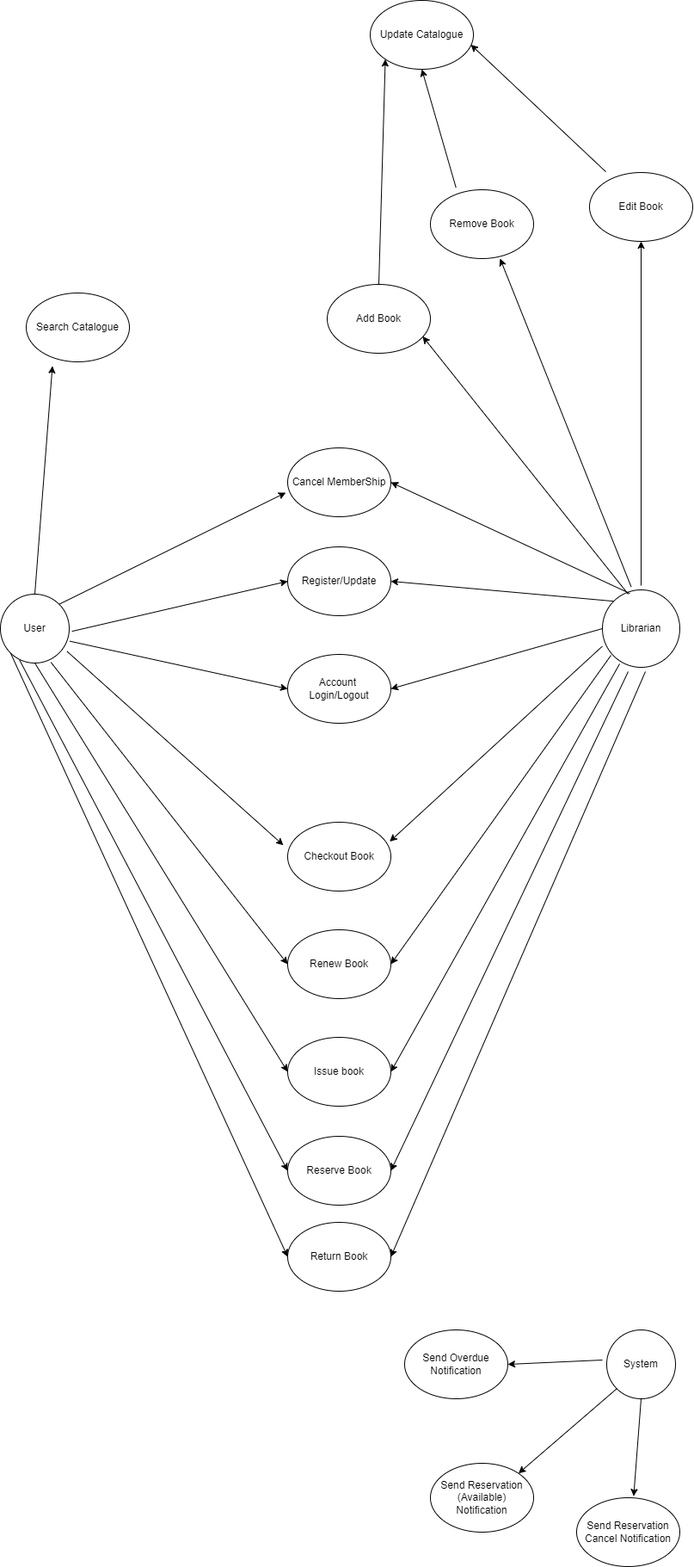
This is Documentations/Entity Relationship diagram.png from Library-Management-System-LMS/Library-Management-System-LMS-, a draw.io export, as it was before one commit. Source tidied: cells renumbered, new cells last; positions are measured from the earlier drawing's top-left corner, leaving out a move shared by most shapes.
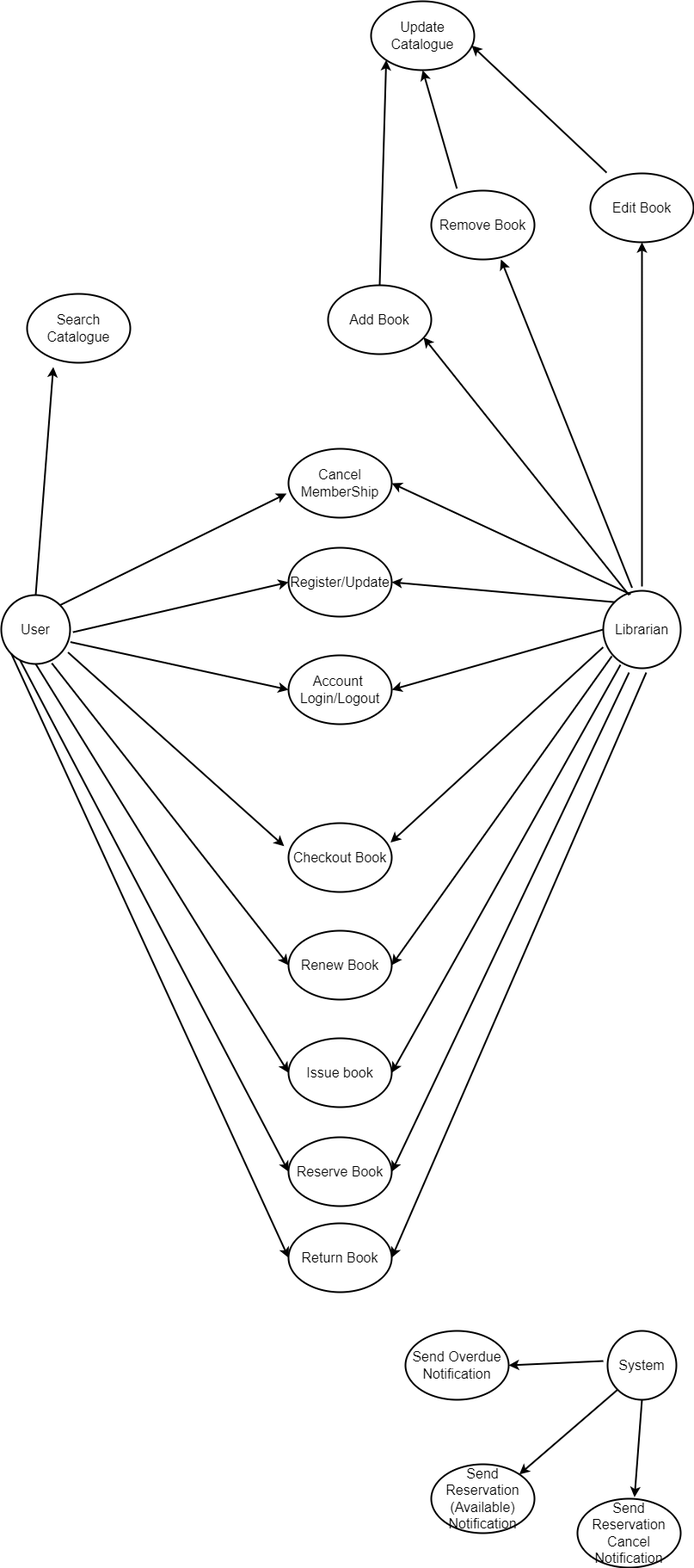
After the change.

Commit message:
Activity diagram

The edit, as a diff of the source:
```diff
@@ -2,162 +2,162 @@
   <root>
     <mxCell id="0" />
     <mxCell id="1" parent="0" />
-    <mxCell id="2" style="ellipse;whiteSpace=wrap;html=1;" parent="1" vertex="1">
+    <mxCell id="2" style="ellipse;whiteSpace=wrap;html=1;strokeWidth=2;" parent="1" vertex="1">
       <mxGeometry y="690" width="80" height="80" as="geometry" />
     </mxCell>
-    <mxCell id="3" style="ellipse;whiteSpace=wrap;html=1;" parent="1" vertex="1">
+    <mxCell id="3" style="ellipse;whiteSpace=wrap;html=1;strokeWidth=2;" parent="1" vertex="1">
       <mxGeometry x="700" y="685" width="90" height="90" as="geometry" />
     </mxCell>
-    <mxCell id="4" style="ellipse;whiteSpace=wrap;html=1;" parent="1" vertex="1">
+    <mxCell id="4" style="ellipse;whiteSpace=wrap;html=1;strokeWidth=2;" parent="1" vertex="1">
       <mxGeometry x="705" y="1545" width="80" height="80" as="geometry" />
     </mxCell>
-    <mxCell id="5" value="User" style="text;strokeColor=none;align=center;fillColor=none;html=1;verticalAlign=middle;whiteSpace=wrap;rounded=0;" parent="1" vertex="1">
+    <mxCell id="5" value="User" style="text;strokeColor=none;align=center;fillColor=none;html=1;verticalAlign=middle;whiteSpace=wrap;rounded=0;fontSize=16;strokeWidth=2;" parent="1" vertex="1">
       <mxGeometry x="10" y="720" width="60" height="20" as="geometry" />
     </mxCell>
-    <mxCell id="6" value="System" style="text;strokeColor=none;align=center;fillColor=none;html=1;verticalAlign=middle;whiteSpace=wrap;rounded=0;" parent="1" vertex="1">
+    <mxCell id="6" value="System" style="text;strokeColor=none;align=center;fillColor=none;html=1;verticalAlign=middle;whiteSpace=wrap;rounded=0;fontSize=16;strokeWidth=2;" parent="1" vertex="1">
       <mxGeometry x="715" y="1570" width="60" height="30" as="geometry" />
     </mxCell>
-    <mxCell id="7" value="Librarian" style="text;strokeColor=none;align=center;fillColor=none;html=1;verticalAlign=middle;whiteSpace=wrap;rounded=0;" parent="1" vertex="1">
+    <mxCell id="7" value="Librarian" style="text;strokeColor=none;align=center;fillColor=none;html=1;verticalAlign=middle;whiteSpace=wrap;rounded=0;fontSize=16;strokeWidth=2;" parent="1" vertex="1">
       <mxGeometry x="715" y="715" width="60" height="30" as="geometry" />
     </mxCell>
-    <mxCell id="8" value="Cancel MemberShip" style="ellipse;whiteSpace=wrap;html=1;fontSize=12;" parent="1" vertex="1">
+    <mxCell id="8" value="Cancel MemberShip" style="ellipse;whiteSpace=wrap;html=1;fontSize=16;strokeWidth=2;" parent="1" vertex="1">
       <mxGeometry x="334" y="520" width="120" height="80" as="geometry" />
     </mxCell>
-    <mxCell id="9" value="Register/Update" style="ellipse;whiteSpace=wrap;html=1;fontSize=12;" parent="1" vertex="1">
+    <mxCell id="9" value="Register/Update" style="ellipse;whiteSpace=wrap;html=1;fontSize=16;strokeWidth=2;" parent="1" vertex="1">
       <mxGeometry x="334" y="635" width="120" height="80" as="geometry" />
     </mxCell>
-    <mxCell id="10" value="Account&amp;nbsp;&lt;div&gt;Login/Logout&lt;/div&gt;" style="ellipse;whiteSpace=wrap;html=1;" parent="1" vertex="1">
+    <mxCell id="10" value="Account&amp;nbsp;&lt;div style=&quot;font-size: 16px;&quot;&gt;Login/Logout&lt;/div&gt;" style="ellipse;whiteSpace=wrap;html=1;fontSize=16;strokeWidth=2;" parent="1" vertex="1">
       <mxGeometry x="334" y="760" width="120" height="80" as="geometry" />
     </mxCell>
-    <mxCell id="11" value="Renew Book" style="ellipse;whiteSpace=wrap;html=1;" parent="1" vertex="1">
+    <mxCell id="11" value="Renew Book" style="ellipse;whiteSpace=wrap;html=1;fontSize=16;strokeWidth=2;" parent="1" vertex="1">
       <mxGeometry x="334" y="1080" width="120" height="80" as="geometry" />
     </mxCell>
-    <mxCell id="12" value="Issue book" style="ellipse;whiteSpace=wrap;html=1;" parent="1" vertex="1">
+    <mxCell id="12" value="Issue book" style="ellipse;whiteSpace=wrap;html=1;fontSize=16;strokeWidth=2;" parent="1" vertex="1">
       <mxGeometry x="334" y="1205" width="120" height="80" as="geometry" />
     </mxCell>
-    <mxCell id="13" value="Checkout Book" style="ellipse;whiteSpace=wrap;html=1;" parent="1" vertex="1">
+    <mxCell id="13" value="Checkout Book" style="ellipse;whiteSpace=wrap;html=1;fontSize=16;strokeWidth=2;" parent="1" vertex="1">
       <mxGeometry x="334" y="955" width="120" height="80" as="geometry" />
     </mxCell>
-    <mxCell id="14" value="Return Book" style="ellipse;whiteSpace=wrap;html=1;" parent="1" vertex="1">
+    <mxCell id="14" value="Return Book" style="ellipse;whiteSpace=wrap;html=1;fontSize=16;strokeWidth=2;" parent="1" vertex="1">
       <mxGeometry x="334" y="1420" width="120" height="80" as="geometry" />
     </mxCell>
-    <mxCell id="15" value="Search Catalogue" style="ellipse;whiteSpace=wrap;html=1;" parent="1" vertex="1">
+    <mxCell id="15" value="Search Catalogue" style="ellipse;whiteSpace=wrap;html=1;fontSize=16;strokeWidth=2;" parent="1" vertex="1">
       <mxGeometry x="30" y="340" width="120" height="80" as="geometry" />
     </mxCell>
-    <mxCell id="16" value="Reserve Book" style="ellipse;whiteSpace=wrap;html=1;" parent="1" vertex="1">
+    <mxCell id="16" value="Reserve Book" style="ellipse;whiteSpace=wrap;html=1;fontSize=16;strokeWidth=2;" parent="1" vertex="1">
       <mxGeometry x="334" y="1320" width="120" height="80" as="geometry" />
     </mxCell>
-    <mxCell id="17" style="endArrow=classic;html=1;rounded=0;exitX=1.221;exitY=0.657;exitDx=0;exitDy=0;exitPerimeter=0;entryX=0;entryY=0.5;entryDx=0;entryDy=0;" parent="1" edge="1" source="5" target="9">
+    <mxCell id="17" style="endArrow=classic;html=1;rounded=0;exitX=1.221;exitY=0.657;exitDx=0;exitDy=0;exitPerimeter=0;entryX=0;entryY=0.5;entryDx=0;entryDy=0;strokeWidth=2;" parent="1" edge="1" source="5" target="9">
       <mxGeometry relative="1" as="geometry" />
     </mxCell>
-    <mxCell id="18" style="endArrow=classic;html=1;rounded=0;exitX=1.174;exitY=1.229;exitDx=0;exitDy=0;exitPerimeter=0;entryX=0;entryY=0.5;entryDx=0;entryDy=0;" parent="1" edge="1" source="5" target="10">
+    <mxCell id="18" style="endArrow=classic;html=1;rounded=0;exitX=1.174;exitY=1.229;exitDx=0;exitDy=0;exitPerimeter=0;entryX=0;entryY=0.5;entryDx=0;entryDy=0;strokeWidth=2;" parent="1" edge="1" source="5" target="10">
       <mxGeometry relative="1" as="geometry" />
     </mxCell>
-    <mxCell id="19" style="endArrow=classic;html=1;rounded=0;exitX=0.5;exitY=0;exitDx=0;exitDy=0;entryX=0.254;entryY=1.061;entryDx=0;entryDy=0;entryPerimeter=0;" parent="1" edge="1" source="2" target="15">
+    <mxCell id="19" style="endArrow=classic;html=1;rounded=0;exitX=0.5;exitY=0;exitDx=0;exitDy=0;entryX=0.254;entryY=1.061;entryDx=0;entryDy=0;entryPerimeter=0;strokeWidth=2;" parent="1" edge="1" source="2" target="15">
       <mxGeometry relative="1" as="geometry" />
     </mxCell>
-    <mxCell id="20" style="endArrow=classic;html=1;rounded=0;exitX=1;exitY=0;exitDx=0;exitDy=0;entryX=-0.018;entryY=0.65;entryDx=0;entryDy=0;entryPerimeter=0;" parent="1" edge="1" source="2" target="8">
+    <mxCell id="20" style="endArrow=classic;html=1;rounded=0;exitX=1;exitY=0;exitDx=0;exitDy=0;entryX=-0.018;entryY=0.65;entryDx=0;entryDy=0;entryPerimeter=0;strokeWidth=2;" parent="1" edge="1" source="2" target="8">
       <mxGeometry relative="1" as="geometry" />
     </mxCell>
-    <mxCell id="21" style="endArrow=classic;html=1;rounded=0;exitX=0;exitY=0.5;exitDx=0;exitDy=0;entryX=1;entryY=0.5;entryDx=0;entryDy=0;" parent="1" edge="1" source="3" target="10">
+    <mxCell id="21" style="endArrow=classic;html=1;rounded=0;exitX=0;exitY=0.5;exitDx=0;exitDy=0;entryX=1;entryY=0.5;entryDx=0;entryDy=0;strokeWidth=2;" parent="1" edge="1" source="3" target="10">
       <mxGeometry relative="1" as="geometry" />
     </mxCell>
-    <mxCell id="22" style="endArrow=classic;html=1;rounded=0;exitX=0;exitY=0;exitDx=0;exitDy=0;entryX=1;entryY=0.5;entryDx=0;entryDy=0;" parent="1" edge="1" source="3" target="9">
+    <mxCell id="22" style="endArrow=classic;html=1;rounded=0;exitX=0;exitY=0;exitDx=0;exitDy=0;entryX=1;entryY=0.5;entryDx=0;entryDy=0;strokeWidth=2;" parent="1" edge="1" source="3" target="9">
       <mxGeometry relative="1" as="geometry" />
     </mxCell>
-    <mxCell id="23" style="endArrow=classic;html=1;rounded=0;exitX=0.354;exitY=0.046;exitDx=0;exitDy=0;exitPerimeter=0;entryX=1;entryY=0.5;entryDx=0;entryDy=0;" parent="1" edge="1" source="3" target="8">
+    <mxCell id="23" style="endArrow=classic;html=1;rounded=0;exitX=0.354;exitY=0.046;exitDx=0;exitDy=0;exitPerimeter=0;entryX=1;entryY=0.5;entryDx=0;entryDy=0;strokeWidth=2;" parent="1" edge="1" source="3" target="8">
       <mxGeometry relative="1" as="geometry" />
     </mxCell>
-    <mxCell id="24" style="endArrow=classic;html=1;rounded=0;exitX=0.97;exitY=0.832;exitDx=0;exitDy=0;exitPerimeter=0;entryX=-0.042;entryY=0.334;entryDx=0;entryDy=0;entryPerimeter=0;" parent="1" edge="1" source="2" target="13">
+    <mxCell id="24" style="endArrow=classic;html=1;rounded=0;exitX=0.97;exitY=0.832;exitDx=0;exitDy=0;exitPerimeter=0;entryX=-0.042;entryY=0.334;entryDx=0;entryDy=0;entryPerimeter=0;strokeWidth=2;" parent="1" edge="1" source="2" target="13">
       <mxGeometry relative="1" as="geometry" />
     </mxCell>
-    <mxCell id="25" style="endArrow=classic;html=1;rounded=0;exitX=0.734;exitY=0.989;exitDx=0;exitDy=0;exitPerimeter=0;entryX=0;entryY=0.5;entryDx=0;entryDy=0;" parent="1" edge="1" source="2" target="11">
+    <mxCell id="25" style="endArrow=classic;html=1;rounded=0;exitX=0.734;exitY=0.989;exitDx=0;exitDy=0;exitPerimeter=0;entryX=0;entryY=0.5;entryDx=0;entryDy=0;strokeWidth=2;" parent="1" edge="1" source="2" target="11">
       <mxGeometry relative="1" as="geometry" />
     </mxCell>
-    <mxCell id="26" style="endArrow=classic;html=1;rounded=0;exitX=0.5;exitY=1;exitDx=0;exitDy=0;entryX=0;entryY=0.5;entryDx=0;entryDy=0;" parent="1" edge="1" source="2" target="12">
+    <mxCell id="26" style="endArrow=classic;html=1;rounded=0;exitX=0.5;exitY=1;exitDx=0;exitDy=0;entryX=0;entryY=0.5;entryDx=0;entryDy=0;strokeWidth=2;" parent="1" edge="1" source="2" target="12">
       <mxGeometry relative="1" as="geometry" />
     </mxCell>
-    <mxCell id="27" style="endArrow=classic;html=1;rounded=0;exitX=0.277;exitY=0.954;exitDx=0;exitDy=0;exitPerimeter=0;entryX=0;entryY=0.5;entryDx=0;entryDy=0;" parent="1" edge="1" source="2" target="16">
+    <mxCell id="27" style="endArrow=classic;html=1;rounded=0;exitX=0.277;exitY=0.954;exitDx=0;exitDy=0;exitPerimeter=0;entryX=0;entryY=0.5;entryDx=0;entryDy=0;strokeWidth=2;" parent="1" edge="1" source="2" target="16">
       <mxGeometry relative="1" as="geometry" />
     </mxCell>
-    <mxCell id="28" style="endArrow=classic;html=1;rounded=0;exitX=0;exitY=1;exitDx=0;exitDy=0;entryX=0;entryY=0.5;entryDx=0;entryDy=0;" parent="1" edge="1" source="2" target="14">
+    <mxCell id="28" style="endArrow=classic;html=1;rounded=0;exitX=0;exitY=1;exitDx=0;exitDy=0;entryX=0;entryY=0.5;entryDx=0;entryDy=0;strokeWidth=2;" parent="1" edge="1" source="2" target="14">
       <mxGeometry relative="1" as="geometry" />
     </mxCell>
-    <mxCell id="29" style="endArrow=classic;html=1;rounded=0;exitX=-0.001;exitY=0.728;exitDx=0;exitDy=0;exitPerimeter=0;entryX=0.989;entryY=0.281;entryDx=0;entryDy=0;entryPerimeter=0;" parent="1" edge="1" source="3" target="13">
+    <mxCell id="29" style="endArrow=classic;html=1;rounded=0;exitX=-0.001;exitY=0.728;exitDx=0;exitDy=0;exitPerimeter=0;entryX=0.989;entryY=0.281;entryDx=0;entryDy=0;entryPerimeter=0;strokeWidth=2;" parent="1" edge="1" source="3" target="13">
       <mxGeometry relative="1" as="geometry" />
     </mxCell>
-    <mxCell id="30" style="endArrow=classic;html=1;rounded=0;exitX=-0.001;exitY=0.728;exitDx=0;exitDy=0;exitPerimeter=0;entryX=1;entryY=0.5;entryDx=0;entryDy=0;" parent="1" edge="1" target="11">
+    <mxCell id="30" style="endArrow=classic;html=1;rounded=0;exitX=-0.001;exitY=0.728;exitDx=0;exitDy=0;exitPerimeter=0;entryX=1;entryY=0.5;entryDx=0;entryDy=0;strokeWidth=2;" parent="1" edge="1" target="11">
       <mxGeometry relative="1" as="geometry">
         <mxPoint x="710" y="761" as="sourcePoint" />
       </mxGeometry>
     </mxCell>
-    <mxCell id="31" style="endArrow=classic;html=1;rounded=0;exitX=-0.001;exitY=0.728;exitDx=0;exitDy=0;exitPerimeter=0;entryX=1;entryY=0.5;entryDx=0;entryDy=0;" parent="1" edge="1" target="12">
+    <mxCell id="31" style="endArrow=classic;html=1;rounded=0;exitX=-0.001;exitY=0.728;exitDx=0;exitDy=0;exitPerimeter=0;entryX=1;entryY=0.5;entryDx=0;entryDy=0;strokeWidth=2;" parent="1" edge="1" target="12">
       <mxGeometry relative="1" as="geometry">
         <mxPoint x="720" y="771" as="sourcePoint" />
       </mxGeometry>
     </mxCell>
-    <mxCell id="32" style="endArrow=classic;html=1;rounded=0;entryX=1;entryY=0.5;entryDx=0;entryDy=0;" parent="1" edge="1" target="16">
+    <mxCell id="32" style="endArrow=classic;html=1;rounded=0;entryX=1;entryY=0.5;entryDx=0;entryDy=0;strokeWidth=2;" parent="1" edge="1" target="16">
       <mxGeometry relative="1" as="geometry">
         <mxPoint x="730" y="780" as="sourcePoint" />
       </mxGeometry>
     </mxCell>
-    <mxCell id="33" style="endArrow=classic;html=1;rounded=0;entryX=1;entryY=0.5;entryDx=0;entryDy=0;" parent="1" edge="1" target="14">
+    <mxCell id="33" style="endArrow=classic;html=1;rounded=0;entryX=1;entryY=0.5;entryDx=0;entryDy=0;strokeWidth=2;" parent="1" edge="1" target="14">
       <mxGeometry relative="1" as="geometry">
         <mxPoint x="750" y="780" as="sourcePoint" />
       </mxGeometry>
     </mxCell>
-    <mxCell id="34" value="Send Overdue Notification" style="ellipse;whiteSpace=wrap;html=1;" parent="1" vertex="1">
+    <mxCell id="34" value="Send Overdue Notification" style="ellipse;whiteSpace=wrap;html=1;fontSize=16;strokeWidth=2;" parent="1" vertex="1">
       <mxGeometry x="470" y="1545" width="120" height="80" as="geometry" />
     </mxCell>
-    <mxCell id="35" value="Send Reservation Cancel Notification" style="ellipse;whiteSpace=wrap;html=1;" parent="1" vertex="1">
+    <mxCell id="35" value="Send Reservation Cancel Notification" style="ellipse;whiteSpace=wrap;html=1;fontSize=16;strokeWidth=2;" parent="1" vertex="1">
       <mxGeometry x="670" y="1740" width="120" height="80" as="geometry" />
     </mxCell>
-    <mxCell id="36" value="Send Reservation (Available) Notification" style="ellipse;whiteSpace=wrap;html=1;" parent="1" vertex="1">
+    <mxCell id="36" value="Send Reservation (Available) Notification" style="ellipse;whiteSpace=wrap;html=1;fontSize=16;strokeWidth=2;" parent="1" vertex="1">
       <mxGeometry x="500" y="1700" width="120" height="80" as="geometry" />
     </mxCell>
-    <mxCell id="37" style="endArrow=classic;html=1;rounded=0;exitX=-0.25;exitY=0.333;exitDx=0;exitDy=0;exitPerimeter=0;" parent="1" edge="1" source="6">
+    <mxCell id="37" style="endArrow=classic;html=1;rounded=0;exitX=-0.25;exitY=0.333;exitDx=0;exitDy=0;exitPerimeter=0;strokeWidth=2;" parent="1" edge="1" source="6">
       <mxGeometry relative="1" as="geometry">
         <mxPoint x="590" y="1585" as="targetPoint" />
       </mxGeometry>
     </mxCell>
-    <mxCell id="38" style="endArrow=classic;html=1;rounded=0;exitX=0;exitY=1;exitDx=0;exitDy=0;entryX=1;entryY=0;entryDx=0;entryDy=0;" parent="1" edge="1" source="4" target="36">
+    <mxCell id="38" style="endArrow=classic;html=1;rounded=0;exitX=0;exitY=1;exitDx=0;exitDy=0;entryX=1;entryY=0;entryDx=0;entryDy=0;strokeWidth=2;" parent="1" edge="1" source="4" target="36">
       <mxGeometry relative="1" as="geometry" />
     </mxCell>
-    <mxCell id="39" style="endArrow=classic;html=1;rounded=0;exitX=0.5;exitY=1;exitDx=0;exitDy=0;entryX=0.553;entryY=-0.022;entryDx=0;entryDy=0;entryPerimeter=0;" parent="1" edge="1" source="4" target="35">
+    <mxCell id="39" style="endArrow=classic;html=1;rounded=0;exitX=0.5;exitY=1;exitDx=0;exitDy=0;entryX=0.553;entryY=-0.022;entryDx=0;entryDy=0;entryPerimeter=0;strokeWidth=2;" parent="1" edge="1" source="4" target="35">
       <mxGeometry relative="1" as="geometry" />
     </mxCell>
-    <mxCell id="40" value="Edit Book" style="ellipse;whiteSpace=wrap;html=1;" parent="1" vertex="1">
+    <mxCell id="40" value="Edit Book" style="ellipse;whiteSpace=wrap;html=1;fontSize=16;strokeWidth=2;" parent="1" vertex="1">
       <mxGeometry x="685" y="200" width="120" height="80" as="geometry" />
     </mxCell>
-    <mxCell id="41" value="Remove Book" style="ellipse;whiteSpace=wrap;html=1;" parent="1" vertex="1">
+    <mxCell id="41" value="Remove Book" style="ellipse;whiteSpace=wrap;html=1;fontSize=16;strokeWidth=2;" parent="1" vertex="1">
       <mxGeometry x="500" y="220" width="120" height="80" as="geometry" />
     </mxCell>
-    <mxCell id="42" value="Add Book" style="ellipse;whiteSpace=wrap;html=1;" parent="1" vertex="1">
+    <mxCell id="42" value="Add Book" style="ellipse;whiteSpace=wrap;html=1;fontSize=16;strokeWidth=2;" parent="1" vertex="1">
       <mxGeometry x="380" y="330" width="120" height="80" as="geometry" />
     </mxCell>
-    <mxCell id="43" style="endArrow=classic;html=1;rounded=0;entryX=0.5;entryY=1;entryDx=0;entryDy=0;" parent="1" edge="1" target="40">
+    <mxCell id="43" style="endArrow=classic;html=1;rounded=0;entryX=0.5;entryY=1;entryDx=0;entryDy=0;strokeWidth=2;" parent="1" edge="1" target="40">
       <mxGeometry relative="1" as="geometry">
         <mxPoint x="745" y="680" as="sourcePoint" />
       </mxGeometry>
     </mxCell>
-    <mxCell id="44" style="endArrow=classic;html=1;rounded=0;entryX=0.675;entryY=1;entryDx=0;entryDy=0;entryPerimeter=0;exitX=0.372;exitY=-0.039;exitDx=0;exitDy=0;exitPerimeter=0;" parent="1" edge="1" source="3" target="41">
+    <mxCell id="44" style="endArrow=classic;html=1;rounded=0;entryX=0.675;entryY=1;entryDx=0;entryDy=0;entryPerimeter=0;exitX=0.372;exitY=-0.039;exitDx=0;exitDy=0;exitPerimeter=0;strokeWidth=2;" parent="1" edge="1" source="3" target="41">
       <mxGeometry relative="1" as="geometry" />
     </mxCell>
-    <mxCell id="45" style="endArrow=classic;html=1;rounded=0;entryX=0.925;entryY=0.756;entryDx=0;entryDy=0;entryPerimeter=0;" parent="1" edge="1" target="42">
+    <mxCell id="45" style="endArrow=classic;html=1;rounded=0;entryX=0.925;entryY=0.756;entryDx=0;entryDy=0;entryPerimeter=0;strokeWidth=2;" parent="1" edge="1" target="42">
       <mxGeometry relative="1" as="geometry">
         <mxPoint x="730" y="690" as="sourcePoint" />
       </mxGeometry>
     </mxCell>
-    <mxCell id="46" value="Update Catalogue" style="ellipse;whiteSpace=wrap;html=1;" parent="1" vertex="1">
+    <mxCell id="46" value="Update Catalogue" style="ellipse;whiteSpace=wrap;html=1;fontSize=16;strokeWidth=2;" parent="1" vertex="1">
       <mxGeometry x="430" width="120" height="80" as="geometry" />
     </mxCell>
-    <mxCell id="47" style="endArrow=classic;html=1;rounded=0;entryX=0;entryY=1;entryDx=0;entryDy=0;exitX=0.5;exitY=0;exitDx=0;exitDy=0;" parent="1" edge="1" source="42" target="46">
+    <mxCell id="47" style="endArrow=classic;html=1;rounded=0;entryX=0;entryY=1;entryDx=0;entryDy=0;exitX=0.5;exitY=0;exitDx=0;exitDy=0;strokeWidth=2;" parent="1" edge="1" source="42" target="46">
       <mxGeometry relative="1" as="geometry" />
     </mxCell>
-    <mxCell id="48" style="endArrow=classic;html=1;rounded=0;entryX=0.5;entryY=1;entryDx=0;entryDy=0;exitX=0.248;exitY=-0.03;exitDx=0;exitDy=0;exitPerimeter=0;" parent="1" edge="1" source="41" target="46">
+    <mxCell id="48" style="endArrow=classic;html=1;rounded=0;entryX=0.5;entryY=1;entryDx=0;entryDy=0;exitX=0.248;exitY=-0.03;exitDx=0;exitDy=0;exitPerimeter=0;strokeWidth=2;" parent="1" edge="1" source="41" target="46">
       <mxGeometry relative="1" as="geometry" />
     </mxCell>
-    <mxCell id="49" style="endArrow=classic;html=1;rounded=0;entryX=0.975;entryY=0.643;entryDx=0;entryDy=0;exitX=0.158;exitY=-0.011;exitDx=0;exitDy=0;exitPerimeter=0;entryPerimeter=0;" parent="1" edge="1" source="40" target="46">
+    <mxCell id="49" style="endArrow=classic;html=1;rounded=0;entryX=0.975;entryY=0.643;entryDx=0;entryDy=0;exitX=0.158;exitY=-0.011;exitDx=0;exitDy=0;exitPerimeter=0;entryPerimeter=0;strokeWidth=2;" parent="1" edge="1" source="40" target="46">
       <mxGeometry relative="1" as="geometry" />
     </mxCell>
   </root>
```
